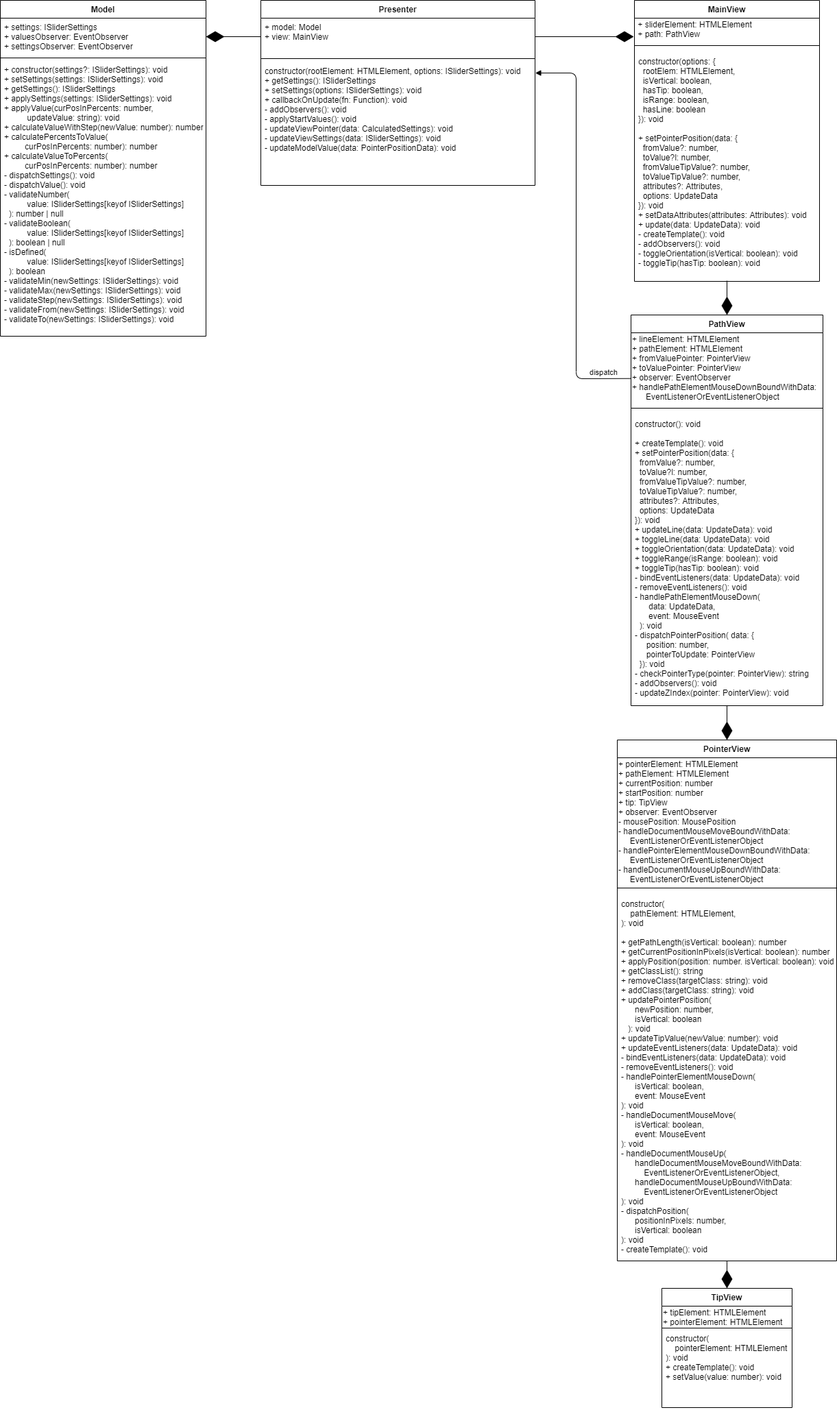
Hahahayabanan/FSD-4th-task keeps this draw.io diagram as uml.png. Above is the earlier version. Source tidied: cells renumbered, new cells last; positions are measured from the earlier drawing's top-left corner, leaving out a move shared by most shapes.
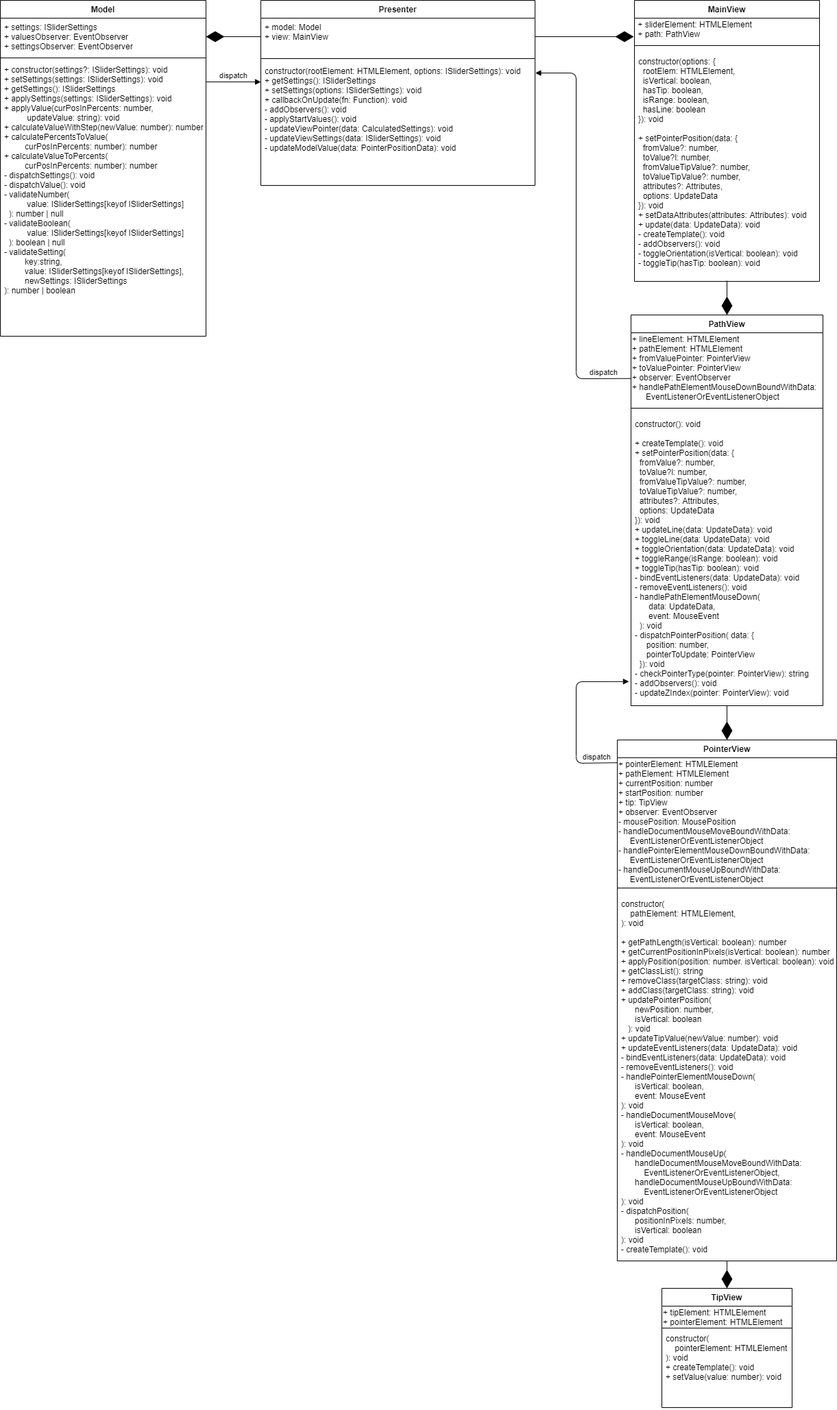
Later version of the same file.

Diff of the diagram source:
```diff
@@ -35,7 +35,7 @@
     <mxCell id="12" style="line;strokeWidth=1;fillColor=none;align=left;verticalAlign=middle;spacingTop=-1;spacingLeft=3;spacingRight=3;labelPosition=right;" parent="10" vertex="1">
       <mxGeometry y="80" width="300" height="8" as="geometry" />
     </mxCell>
-    <mxCell id="13" value="+ constructor(settings?: ISliderSettings): void&#10;+ setSettings(settings: ISliderSettings): void&#10;+ getSettings(): ISliderSettings&#10;+ applySettings(settings: ISliderSettings): void&#10;+ applyValue(curPosInPercents: number, &#10;          updateValue: string): void&#10;+ calculateValueWithStep(newValue: number): number&#10;+ calculatePercentsToValue(&#10;         curPosInPercents: number): number&#10;+ calculateValueToPercents(&#10;         curPosInPercents: number): number&#10;- dispatchSettings(): void&#10;- dispatchValue(): void&#10;- validateNumber( &#10;          value: ISliderSettings[keyof ISliderSettings]&#10;  ): number | null&#10;- validateBoolean(&#10;          value: ISliderSettings[keyof ISliderSettings]&#10;  ): boolean | null&#10;- isDefined(&#10;          value: ISliderSettings[keyof ISliderSettings]&#10;  ): boolean &#10;- validateMin(newSettings: ISliderSettings): void&#10;- validateMax(newSettings: ISliderSettings): void&#10;- validateStep(newSettings: ISliderSettings): void&#10;- validateFrom(newSettings: ISliderSettings): void&#10;- validateTo(newSettings: ISliderSettings): void&#10;&#10;" style="text;strokeColor=none;fillColor=none;align=left;verticalAlign=top;spacingLeft=4;spacingRight=4;overflow=hidden;" parent="10" vertex="1">
+    <mxCell id="13" value="+ constructor(settings?: ISliderSettings): void&#10;+ setSettings(settings: ISliderSettings): void&#10;+ getSettings(): ISliderSettings&#10;+ applySettings(settings: ISliderSettings): void&#10;+ applyValue(curPosInPercents: number, &#10;          updateValue: string): void&#10;+ calculateValueWithStep(newValue: number): number&#10;+ calculatePercentsToValue(&#10;         curPosInPercents: number): number&#10;+ calculateValueToPercents(&#10;         curPosInPercents: number): number&#10;- dispatchSettings(): void&#10;- dispatchValue(): void&#10;- validateNumber( &#10;          value: ISliderSettings[keyof ISliderSettings]&#10;  ): number | null&#10;- validateBoolean(&#10;          value: ISliderSettings[keyof ISliderSettings]&#10;  ): boolean | null&#10;- validateSetting(&#10;         key:string, &#10;         value: ISliderSettings[keyof ISliderSettings], &#10;         newSettings: ISliderSettings&#10;): number | boolean&#10;" style="text;strokeColor=none;fillColor=none;align=left;verticalAlign=top;spacingLeft=4;spacingRight=4;overflow=hidden;" parent="10" vertex="1">
       <mxGeometry y="88" width="300" height="402" as="geometry" />
     </mxCell>
     <mxCell id="14" value="PointerView" style="swimlane;fontStyle=1;align=center;verticalAlign=top;horizontal=1;startSize=26;" parent="1" vertex="1">
@@ -101,5 +101,19 @@
         </Array>
       </mxGeometry>
     </mxCell>
+    <mxCell id="32" value="dispatch" style="html=1;verticalAlign=bottom;endArrow=block;exitX=0.001;exitY=0.04;exitDx=0;exitDy=0;exitPerimeter=0;entryX=-0.011;entryY=0.917;entryDx=0;entryDy=0;entryPerimeter=0;" parent="1" edge="1" source="15" target="29">
+      <mxGeometry x="-0.76" relative="1" as="geometry">
+        <Array as="points">
+          <mxPoint x="840" y="1113" />
+          <mxPoint x="840" y="994" />
+        </Array>
+      </mxGeometry>
+    </mxCell>
+    <mxCell id="33" value="dispatch" style="html=1;verticalAlign=bottom;endArrow=block;" parent="1" edge="1">
+      <mxGeometry relative="1" as="geometry">
+        <mxPoint x="300" y="119" as="sourcePoint" />
+        <mxPoint x="380" y="119" as="targetPoint" />
+      </mxGeometry>
+    </mxCell>
   </root>
 </mxGraphModel>
```
